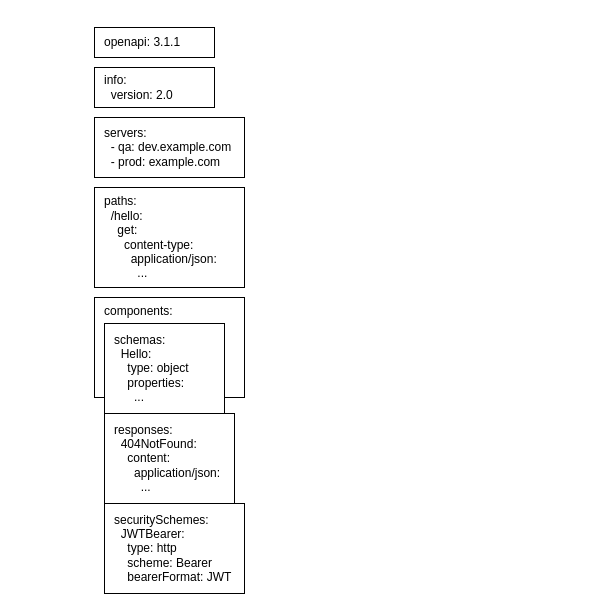
abunuwas/api-sec-book-imgs keeps this draw.io diagram as ch08.drawio. Above is the earlier version. Source tidied: cells renumbered, new cells numbered last; positions are measured from the earlier drawing's top-left corner, leaving out a move shared by most shapes. Both pictures are drawn from the tidied source at 100%, with x=0, y=0 at pixel (94, 27).
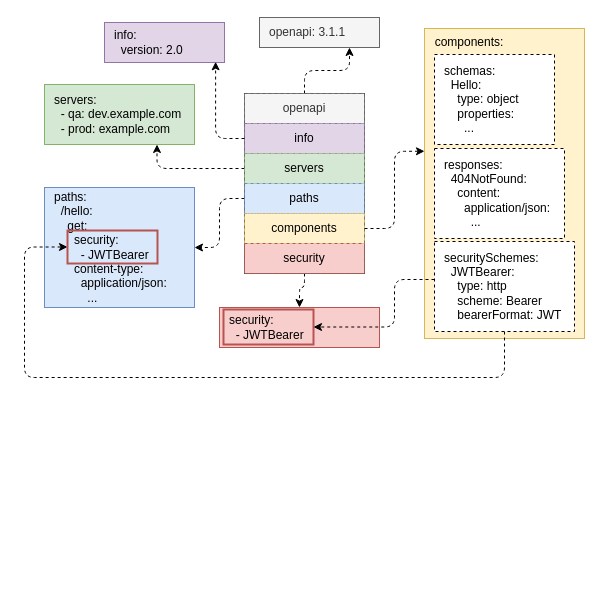
Above is the later version.

The edit, as a diff of the source:
```diff
@@
-    <mxCell id="2" value="openapi: 3.1.1" style="rounded=0;whiteSpace=wrap;html=1;align=left;spacing=10;" parent="1" vertex="1">
-      <mxGeometry width="120" height="30" as="geometry" />
+    <mxCell id="2" value="openapi: 3.1.1" style="rounded=0;whiteSpace=wrap;html=1;align=left;spacing=10;fillColor=#f5f5f5;fontColor=#333333;strokeColor=#666666;" parent="1" vertex="1">
+      <mxGeometry x="165" y="-10" width="120" height="30" as="geometry" />
     </mxCell>
-    <mxCell id="3" value="info:&lt;div&gt;&amp;nbsp; version: 2.0&lt;/div&gt;" style="rounded=0;whiteSpace=wrap;html=1;align=left;spacing=10;" parent="1" vertex="1">
-      <mxGeometry y="40" width="120" height="40" as="geometry" />
+    <mxCell id="3" value="info:&lt;div&gt;&amp;nbsp; version: 2.0&lt;/div&gt;" style="rounded=0;whiteSpace=wrap;html=1;align=left;spacing=10;fillColor=#e1d5e7;strokeColor=#9673a6;" parent="1" vertex="1">
+      <mxGeometry x="10" y="-5" width="120" height="40" as="geometry" />
     </mxCell>
-    <mxCell id="4" value="servers:&lt;div&gt;&amp;nbsp; - qa: dev.example.com&lt;/div&gt;&lt;div&gt;&amp;nbsp; - prod: example.com&lt;/div&gt;" style="rounded=0;whiteSpace=wrap;html=1;align=left;spacing=10;" parent="1" vertex="1">
-      <mxGeometry y="90" width="150" height="60" as="geometry" />
+    <mxCell id="4" value="servers:&lt;div&gt;&amp;nbsp; - qa: dev.example.com&lt;/div&gt;&lt;div&gt;&amp;nbsp; - prod: example.com&lt;/div&gt;" style="rounded=0;whiteSpace=wrap;html=1;align=left;spacing=10;fillColor=#d5e8d4;strokeColor=#82b366;" parent="1" vertex="1">
+      <mxGeometry x="-50" y="57" width="150" height="60" as="geometry" />
     </mxCell>
-    <mxCell id="5" value="paths:&lt;div&gt;&amp;nbsp; /hello:&lt;/div&gt;&lt;div&gt;&amp;nbsp; &amp;nbsp; get:&lt;/div&gt;&lt;div&gt;&amp;nbsp; &amp;nbsp; &amp;nbsp; content-type:&lt;/div&gt;&lt;div&gt;&amp;nbsp; &amp;nbsp; &amp;nbsp; &amp;nbsp; application/json:&lt;/div&gt;&lt;div&gt;&amp;nbsp; &amp;nbsp; &amp;nbsp; &amp;nbsp; &amp;nbsp; ...&lt;/div&gt;" style="rounded=0;whiteSpace=wrap;html=1;align=left;spacing=10;" parent="1" vertex="1">
-      <mxGeometry y="160" width="150" height="100" as="geometry" />
+    <mxCell id="5" value="paths:&lt;div&gt;&amp;nbsp; /hello:&lt;/div&gt;&lt;div&gt;&amp;nbsp; &amp;nbsp; get:&lt;/div&gt;&lt;div&gt;&amp;nbsp; &amp;nbsp; &amp;nbsp; security:&lt;/div&gt;&lt;div&gt;&amp;nbsp; &amp;nbsp; &amp;nbsp; &amp;nbsp; - JWTBearer&lt;/div&gt;&lt;div&gt;&amp;nbsp; &amp;nbsp; &amp;nbsp; content-type:&lt;/div&gt;&lt;div&gt;&amp;nbsp; &amp;nbsp; &amp;nbsp; &amp;nbsp; application/json:&lt;/div&gt;&lt;div&gt;&amp;nbsp; &amp;nbsp; &amp;nbsp; &amp;nbsp; &amp;nbsp; ...&lt;/div&gt;" style="rounded=0;whiteSpace=wrap;html=1;align=left;spacing=10;fillColor=#dae8fc;strokeColor=#6c8ebf;" parent="1" vertex="1">
+      <mxGeometry x="-50" y="160" width="150" height="120" as="geometry" />
     </mxCell>
-    <mxCell id="6" value="components:&lt;div&gt;&lt;br&gt;&lt;/div&gt;&lt;div&gt;&lt;br&gt;&lt;/div&gt;&lt;div&gt;&lt;br&gt;&lt;/div&gt;&lt;div&gt;&lt;br&gt;&lt;/div&gt;&lt;div&gt;&lt;br&gt;&lt;/div&gt;" style="rounded=0;whiteSpace=wrap;html=1;align=left;spacing=10;" parent="1" vertex="1">
-      <mxGeometry y="270" width="150" height="100" as="geometry" />
+    <mxCell id="6" value="&lt;div&gt;&lt;br&gt;&lt;/div&gt;" style="rounded=0;whiteSpace=wrap;html=1;align=left;spacing=10;fillColor=#fff2cc;strokeColor=#d6b656;" parent="1" vertex="1">
+      <mxGeometry x="330" y="1" width="160" height="310" as="geometry" />
     </mxCell>
-    <mxCell id="7" value="&lt;div style=&quot;forced-color-adjust: none;&quot;&gt;schemas:&lt;/div&gt;&lt;div style=&quot;forced-color-adjust: none;&quot;&gt;&amp;nbsp; Hello:&lt;/div&gt;&lt;div style=&quot;forced-color-adjust: none;&quot;&gt;&amp;nbsp; &amp;nbsp; type: object&lt;/div&gt;&lt;div style=&quot;forced-color-adjust: none;&quot;&gt;&amp;nbsp; &amp;nbsp; properties:&lt;/div&gt;&lt;div style=&quot;forced-color-adjust: none;&quot;&gt;&amp;nbsp; &amp;nbsp; &amp;nbsp; ...&lt;/div&gt;" style="rounded=0;whiteSpace=wrap;html=1;spacing=10;align=left;" parent="1" vertex="1">
-      <mxGeometry x="10" y="296" width="120" height="90" as="geometry" />
+    <mxCell id="7" value="&lt;div style=&quot;forced-color-adjust: none;&quot;&gt;schemas:&lt;/div&gt;&lt;div style=&quot;forced-color-adjust: none;&quot;&gt;&amp;nbsp; Hello:&lt;/div&gt;&lt;div style=&quot;forced-color-adjust: none;&quot;&gt;&amp;nbsp; &amp;nbsp; type: object&lt;/div&gt;&lt;div style=&quot;forced-color-adjust: none;&quot;&gt;&amp;nbsp; &amp;nbsp; properties:&lt;/div&gt;&lt;div style=&quot;forced-color-adjust: none;&quot;&gt;&amp;nbsp; &amp;nbsp; &amp;nbsp; ...&lt;/div&gt;" style="rounded=0;whiteSpace=wrap;html=1;spacing=10;align=left;dashed=1;" parent="1" vertex="1">
+      <mxGeometry x="340" y="27" width="120" height="90" as="geometry" />
     </mxCell>
-    <mxCell id="8" value="&lt;div style=&quot;forced-color-adjust: none;&quot;&gt;responses:&lt;/div&gt;&lt;div style=&quot;forced-color-adjust: none;&quot;&gt;&amp;nbsp; 404NotFound:&lt;/div&gt;&lt;div style=&quot;forced-color-adjust: none;&quot;&gt;&amp;nbsp; &amp;nbsp; content:&lt;/div&gt;&lt;div style=&quot;forced-color-adjust: none;&quot;&gt;&amp;nbsp; &amp;nbsp; &amp;nbsp; application/json:&lt;/div&gt;&lt;div style=&quot;forced-color-adjust: none;&quot;&gt;&amp;nbsp; &amp;nbsp; &amp;nbsp; &amp;nbsp; ...&lt;/div&gt;" style="rounded=0;whiteSpace=wrap;html=1;spacing=10;align=left;" parent="1" vertex="1">
-      <mxGeometry x="10" y="386" width="130" height="90" as="geometry" />
+    <mxCell id="8" value="&lt;div style=&quot;forced-color-adjust: none;&quot;&gt;responses:&lt;/div&gt;&lt;div style=&quot;forced-color-adjust: none;&quot;&gt;&amp;nbsp; 404NotFound:&lt;/div&gt;&lt;div style=&quot;forced-color-adjust: none;&quot;&gt;&amp;nbsp; &amp;nbsp; content:&lt;/div&gt;&lt;div style=&quot;forced-color-adjust: none;&quot;&gt;&amp;nbsp; &amp;nbsp; &amp;nbsp; application/json:&lt;/div&gt;&lt;div style=&quot;forced-color-adjust: none;&quot;&gt;&amp;nbsp; &amp;nbsp; &amp;nbsp; &amp;nbsp; ...&lt;/div&gt;" style="rounded=0;whiteSpace=wrap;html=1;spacing=10;align=left;dashed=1;" parent="1" vertex="1">
+      <mxGeometry x="340" y="121" width="130" height="90" as="geometry" />
     </mxCell>
+    <mxCell id="10" style="edgeStyle=orthogonalEdgeStyle;rounded=1;jettySize=auto;html=1;entryX=0;entryY=0.5;entryDx=0;entryDy=0;curved=0;dashed=1;" parent="1" edge="1" source="9" target="27">
+      <mxGeometry relative="1" as="geometry">
+        <Array as="points">
+          <mxPoint x="410" y="350" />
+          <mxPoint x="-70" y="350" />
+          <mxPoint x="-70" y="219" />
+        </Array>
+      </mxGeometry>
+    </mxCell>
-    <mxCell id="9" value="&lt;div style=&quot;forced-color-adjust: none;&quot;&gt;securitySchemes:&lt;/div&gt;&lt;div style=&quot;forced-color-adjust: none;&quot;&gt;&amp;nbsp; JWTBearer:&lt;/div&gt;&lt;div style=&quot;forced-color-adjust: none;&quot;&gt;&amp;nbsp; &amp;nbsp; type: http&lt;/div&gt;&lt;div style=&quot;forced-color-adjust: none;&quot;&gt;&amp;nbsp; &amp;nbsp; scheme: Bearer&lt;/div&gt;&lt;div style=&quot;forced-color-adjust: none;&quot;&gt;&amp;nbsp; &amp;nbsp; bearerFormat: JWT&lt;/div&gt;" style="rounded=0;whiteSpace=wrap;html=1;spacing=10;align=left;" parent="1" vertex="1">
-      <mxGeometry x="10" y="476" width="140" height="90" as="geometry" />
+    <mxCell id="9" value="&lt;div style=&quot;forced-color-adjust: none;&quot;&gt;securitySchemes:&lt;/div&gt;&lt;div style=&quot;forced-color-adjust: none;&quot;&gt;&amp;nbsp; JWTBearer:&lt;/div&gt;&lt;div style=&quot;forced-color-adjust: none;&quot;&gt;&amp;nbsp; &amp;nbsp; type: http&lt;/div&gt;&lt;div style=&quot;forced-color-adjust: none;&quot;&gt;&amp;nbsp; &amp;nbsp; scheme: Bearer&lt;/div&gt;&lt;div style=&quot;forced-color-adjust: none;&quot;&gt;&amp;nbsp; &amp;nbsp; bearerFormat: JWT&lt;/div&gt;" style="rounded=0;whiteSpace=wrap;html=1;spacing=10;align=left;dashed=1;" parent="1" vertex="1">
+      <mxGeometry x="340" y="214" width="140" height="90" as="geometry" />
     </mxCell>
+    <mxCell id="11" value="components:" style="text;html=1;align=center;verticalAlign=middle;whiteSpace=wrap;rounded=0;" parent="1" vertex="1">
+      <mxGeometry x="330" width="90" height="30" as="geometry" />
+    </mxCell>
+    <mxCell id="12" value="security:&lt;div&gt;&amp;nbsp; - JWTBearer&lt;/div&gt;" style="rounded=0;whiteSpace=wrap;html=1;align=left;spacing=10;fillColor=#f8cecc;strokeColor=#b85450;" parent="1" vertex="1">
+      <mxGeometry x="125" y="280" width="160" height="40" as="geometry" />
+    </mxCell>
+    <mxCell id="13" style="rounded=0;whiteSpace=wrap;html=1;" parent="1" vertex="1">
+      <mxGeometry x="150" y="66" width="120" height="180" as="geometry" />
+    </mxCell>
+    <mxCell id="14" style="edgeStyle=orthogonalEdgeStyle;rounded=1;jettySize=auto;html=1;entryX=0.75;entryY=1;entryDx=0;entryDy=0;curved=0;dashed=1;" parent="1" edge="1" source="15" target="2">
+      <mxGeometry relative="1" as="geometry" />
+    </mxCell>
+    <mxCell id="15" value="openapi" style="text;html=1;align=center;verticalAlign=middle;whiteSpace=wrap;rounded=0;strokeColor=#666666;dashed=1;fillColor=#f5f5f5;fontColor=#333333;" parent="1" vertex="1">
+      <mxGeometry x="150" y="66" width="120" height="30" as="geometry" />
+    </mxCell>
+    <mxCell id="16" value="info" style="text;html=1;align=center;verticalAlign=middle;whiteSpace=wrap;rounded=0;strokeColor=#9673a6;dashed=1;fillColor=#e1d5e7;" parent="1" vertex="1">
+      <mxGeometry x="150" y="96" width="120" height="30" as="geometry" />
+    </mxCell>
+    <mxCell id="17" style="edgeStyle=orthogonalEdgeStyle;rounded=1;jettySize=auto;html=1;entryX=0.75;entryY=1;entryDx=0;entryDy=0;curved=0;dashed=1;" parent="1" edge="1" source="18" target="4">
+      <mxGeometry relative="1" as="geometry" />
+    </mxCell>
+    <mxCell id="18" value="servers" style="text;html=1;align=center;verticalAlign=middle;whiteSpace=wrap;rounded=0;strokeColor=#82b366;dashed=1;fillColor=#d5e8d4;" parent="1" vertex="1">
+      <mxGeometry x="150" y="126" width="120" height="30" as="geometry" />
+    </mxCell>
+    <mxCell id="19" style="edgeStyle=orthogonalEdgeStyle;rounded=1;jettySize=auto;html=1;entryX=1;entryY=0.5;entryDx=0;entryDy=0;curved=0;dashed=1;" parent="1" edge="1" source="20" target="5">
+      <mxGeometry relative="1" as="geometry" />
+    </mxCell>
+    <mxCell id="20" value="paths" style="text;html=1;align=center;verticalAlign=middle;whiteSpace=wrap;rounded=0;strokeColor=#6c8ebf;dashed=1;fillColor=#dae8fc;" parent="1" vertex="1">
+      <mxGeometry x="150" y="156" width="120" height="30" as="geometry" />
+    </mxCell>
+    <mxCell id="21" value="components" style="text;html=1;align=center;verticalAlign=middle;whiteSpace=wrap;rounded=0;strokeColor=#d6b656;dashed=1;fillColor=#fff2cc;" parent="1" vertex="1">
+      <mxGeometry x="150" y="186" width="120" height="30" as="geometry" />
+    </mxCell>
+    <mxCell id="22" style="edgeStyle=orthogonalEdgeStyle;rounded=1;jettySize=auto;html=1;curved=0;dashed=1;" parent="1" edge="1" source="23" target="12">
+      <mxGeometry relative="1" as="geometry">
+        <Array as="points">
+          <mxPoint x="210" y="260" />
+          <mxPoint x="205" y="260" />
+        </Array>
+      </mxGeometry>
+    </mxCell>
+    <mxCell id="23" value="security" style="text;html=1;align=center;verticalAlign=middle;whiteSpace=wrap;rounded=0;strokeColor=#b85450;dashed=1;fillColor=#f8cecc;" parent="1" vertex="1">
+      <mxGeometry x="150" y="216" width="120" height="30" as="geometry" />
+    </mxCell>
+    <mxCell id="24" style="edgeStyle=orthogonalEdgeStyle;rounded=1;jettySize=auto;html=1;entryX=0.926;entryY=0.982;entryDx=0;entryDy=0;entryPerimeter=0;curved=0;dashed=1;" parent="1" edge="1" source="16" target="3">
+      <mxGeometry relative="1" as="geometry" />
+    </mxCell>
+    <mxCell id="25" style="edgeStyle=orthogonalEdgeStyle;rounded=1;jettySize=auto;html=1;entryX=0;entryY=0.396;entryDx=0;entryDy=0;entryPerimeter=0;curved=0;dashed=1;" parent="1" edge="1" source="21" target="6">
+      <mxGeometry relative="1" as="geometry" />
+    </mxCell>
+    <mxCell id="26" style="text;html=1;align=center;verticalAlign=middle;whiteSpace=wrap;rounded=0;strokeColor=#b85450;fillColor=none;strokeWidth=2;" parent="1" vertex="1">
+      <mxGeometry x="129" y="282" width="90" height="35" as="geometry" />
+    </mxCell>
+    <mxCell id="27" style="text;html=1;align=center;verticalAlign=middle;whiteSpace=wrap;rounded=0;strokeColor=#b85450;fillColor=none;strokeWidth=2;" parent="1" vertex="1">
+      <mxGeometry x="-27" y="203" width="90" height="33" as="geometry" />
+    </mxCell>
+    <mxCell id="28" style="edgeStyle=orthogonalEdgeStyle;rounded=1;jettySize=auto;html=1;entryX=1;entryY=0.5;entryDx=0;entryDy=0;curved=0;dashed=1;" parent="1" edge="1" source="9" target="26">
+      <mxGeometry relative="1" as="geometry">
+        <Array as="points">
+          <mxPoint x="300" y="252" />
+          <mxPoint x="300" y="299" />
+        </Array>
+      </mxGeometry>
+    </mxCell>
```
